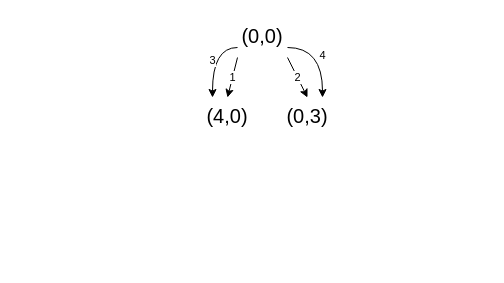
The draw.io diagram pojemniki.drawio in k-sowa/diagrams, before the edit. Source tidied: cells renumbered, new cells numbered last; positions are measured from the earlier drawing's top-left corner, leaving out a move shared by most shapes. Both pictures are drawn from the tidied source at 100%, with x=0, y=0 at pixel (197, 37).
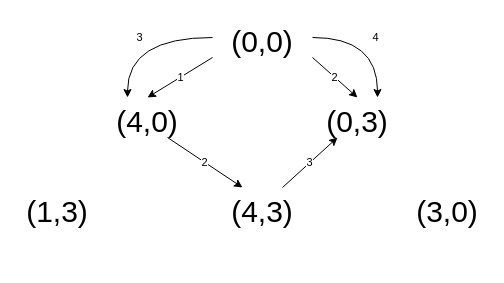
The same page after the edit.

Change to the diagram source:
```diff
@@
 <mxGraphModel>
   <root>
     <mxCell id="0" />
     <mxCell id="1" parent="0" />
     <mxCell id="2" value="1" style="rounded=0;jettySize=auto;html=1;exitX=0;exitY=1;exitDx=0;exitDy=0;entryX=0.5;entryY=0;entryDx=0;entryDy=0;strokeColor=default;" parent="1" edge="1" source="6" target="7">
       <mxGeometry relative="1" as="geometry" />
     </mxCell>
     <mxCell id="3" value="2" style="rounded=0;jettySize=auto;html=1;exitX=1;exitY=1;exitDx=0;exitDy=0;entryX=0.5;entryY=0;entryDx=0;entryDy=0;" parent="1" edge="1" source="6" target="8">
       <mxGeometry relative="1" as="geometry" />
     </mxCell>
     <mxCell id="4" value="3" style="edgeStyle=orthogonalEdgeStyle;rounded=0;jettySize=auto;html=1;exitX=0;exitY=0.5;exitDx=0;exitDy=0;entryX=0.25;entryY=0;entryDx=0;entryDy=0;curved=1;" parent="1" edge="1" source="6" target="7">
       <mxGeometry relative="1" as="geometry" />
     </mxCell>
     <mxCell id="5" value="4" style="edgeStyle=orthogonalEdgeStyle;rounded=0;jettySize=auto;html=1;exitX=1;exitY=0.5;exitDx=0;exitDy=0;entryX=0.75;entryY=0;entryDx=0;entryDy=0;curved=1;" parent="1" edge="1" source="6" target="8">
       <mxGeometry relative="1" as="geometry" />
     </mxCell>
-    <mxCell id="6" value="(0,0)&lt;div&gt;&lt;br&gt;&lt;/div&gt;" style="text;html=1;align=center;verticalAlign=middle;whiteSpace=wrap;rounded=0;fontSize=20;" parent="1" vertex="1">
-      <mxGeometry x="40" width="50" height="20" as="geometry" />
+    <mxCell id="6" value="(0,0)&lt;div&gt;&lt;br&gt;&lt;/div&gt;" style="text;html=1;align=center;verticalAlign=top;whiteSpace=wrap;rounded=0;fontSize=30;" parent="1" vertex="1">
+      <mxGeometry x="15" y="-20" width="100" height="40" as="geometry" />
     </mxCell>
+    <mxCell id="9" value="2" style="rounded=0;jettySize=auto;html=1;exitX=0.75;exitY=1;exitDx=0;exitDy=0;entryX=0.25;entryY=0;entryDx=0;entryDy=0;" parent="1" edge="1" source="7" target="11">
+      <mxGeometry relative="1" as="geometry" />
+    </mxCell>
-    <mxCell id="7" value="(4,0)&lt;div&gt;&lt;br&gt;&lt;/div&gt;" style="text;html=1;align=center;verticalAlign=top;whiteSpace=wrap;rounded=0;fontSize=20;spacingBottom=0;" parent="1" vertex="1">
-      <mxGeometry y="60" width="60" height="30" as="geometry" />
+    <mxCell id="7" value="(4,0)&lt;div&gt;&lt;br&gt;&lt;/div&gt;" style="text;html=1;align=center;verticalAlign=top;whiteSpace=wrap;rounded=0;fontSize=30;spacingBottom=0;" parent="1" vertex="1">
+      <mxGeometry x="-90" y="60" width="80" height="40" as="geometry" />
     </mxCell>
-    <mxCell id="8" value="(0,3)&lt;div&gt;&lt;div&gt;&lt;br&gt;&lt;/div&gt;&lt;/div&gt;" style="text;html=1;align=center;verticalAlign=top;whiteSpace=wrap;rounded=0;fontSize=20;" parent="1" vertex="1">
-      <mxGeometry x="80" y="60" width="60" height="30" as="geometry" />
+    <mxCell id="8" value="(0,3)&lt;div&gt;&lt;div&gt;&lt;br&gt;&lt;/div&gt;&lt;/div&gt;" style="text;html=1;align=center;verticalAlign=top;whiteSpace=wrap;rounded=0;fontSize=30;" parent="1" vertex="1">
+      <mxGeometry x="120" y="60" width="80" height="40" as="geometry" />
     </mxCell>
+    <mxCell id="10" value="3" style="rounded=0;jettySize=auto;html=1;exitX=0.75;exitY=0;exitDx=0;exitDy=0;entryX=0.25;entryY=1;entryDx=0;entryDy=0;" parent="1" edge="1" source="11" target="8">
+      <mxGeometry relative="1" as="geometry" />
+    </mxCell>
+    <mxCell id="11" value="(4,3)&lt;div&gt;&lt;div&gt;&lt;div&gt;&lt;br&gt;&lt;/div&gt;&lt;/div&gt;&lt;/div&gt;" style="text;html=1;align=center;verticalAlign=top;whiteSpace=wrap;rounded=0;fontSize=30;" parent="1" vertex="1">
+      <mxGeometry x="25" y="150" width="80" height="40" as="geometry" />
+    </mxCell>
+    <mxCell id="12" value="(1,3)&lt;div&gt;&lt;div&gt;&lt;div&gt;&lt;br&gt;&lt;/div&gt;&lt;/div&gt;&lt;/div&gt;" style="text;html=1;align=center;verticalAlign=top;whiteSpace=wrap;rounded=0;fontSize=30;" parent="1" vertex="1">
+      <mxGeometry x="-180" y="150" width="80" height="40" as="geometry" />
+    </mxCell>
+    <mxCell id="13" value="(3,0)&lt;div&gt;&lt;div&gt;&lt;div&gt;&lt;br&gt;&lt;/div&gt;&lt;/div&gt;&lt;/div&gt;" style="text;html=1;align=center;verticalAlign=top;whiteSpace=wrap;rounded=0;fontSize=30;" parent="1" vertex="1">
+      <mxGeometry x="210" y="150" width="80" height="40" as="geometry" />
+    </mxCell>
   </root>
 </mxGraphModel>
```
